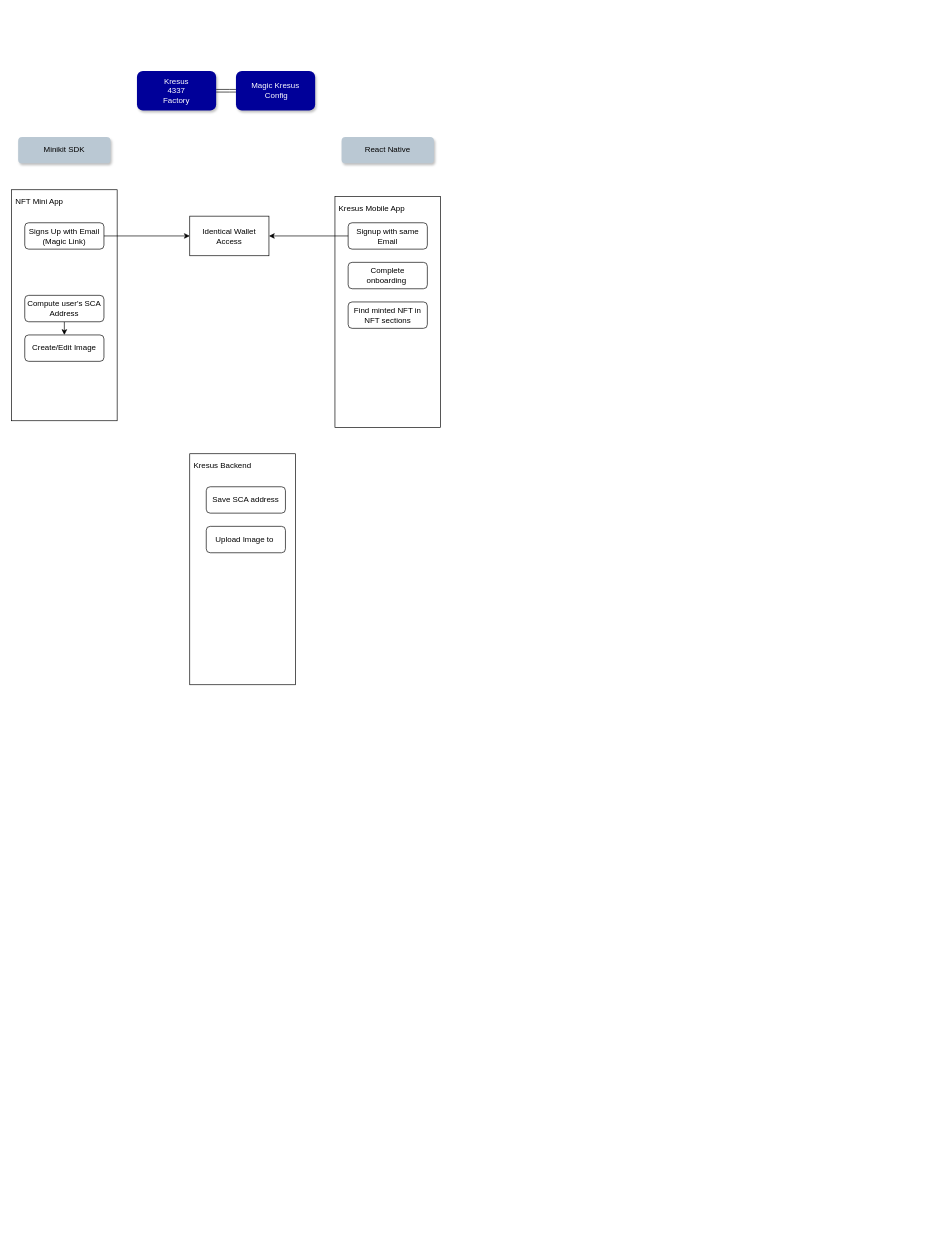
The draw.io diagram Kresus-miniApps.drawio in ali-05-ahmed/Concept-Diagrams, before the edit. Source tidied: cells renumbered, new cells numbered last; positions are measured from the earlier drawing's top-left corner, leaving out a move shared by most shapes. Both pictures are drawn from the tidied source at 66%, with x=0, y=0 at pixel (11, 71).
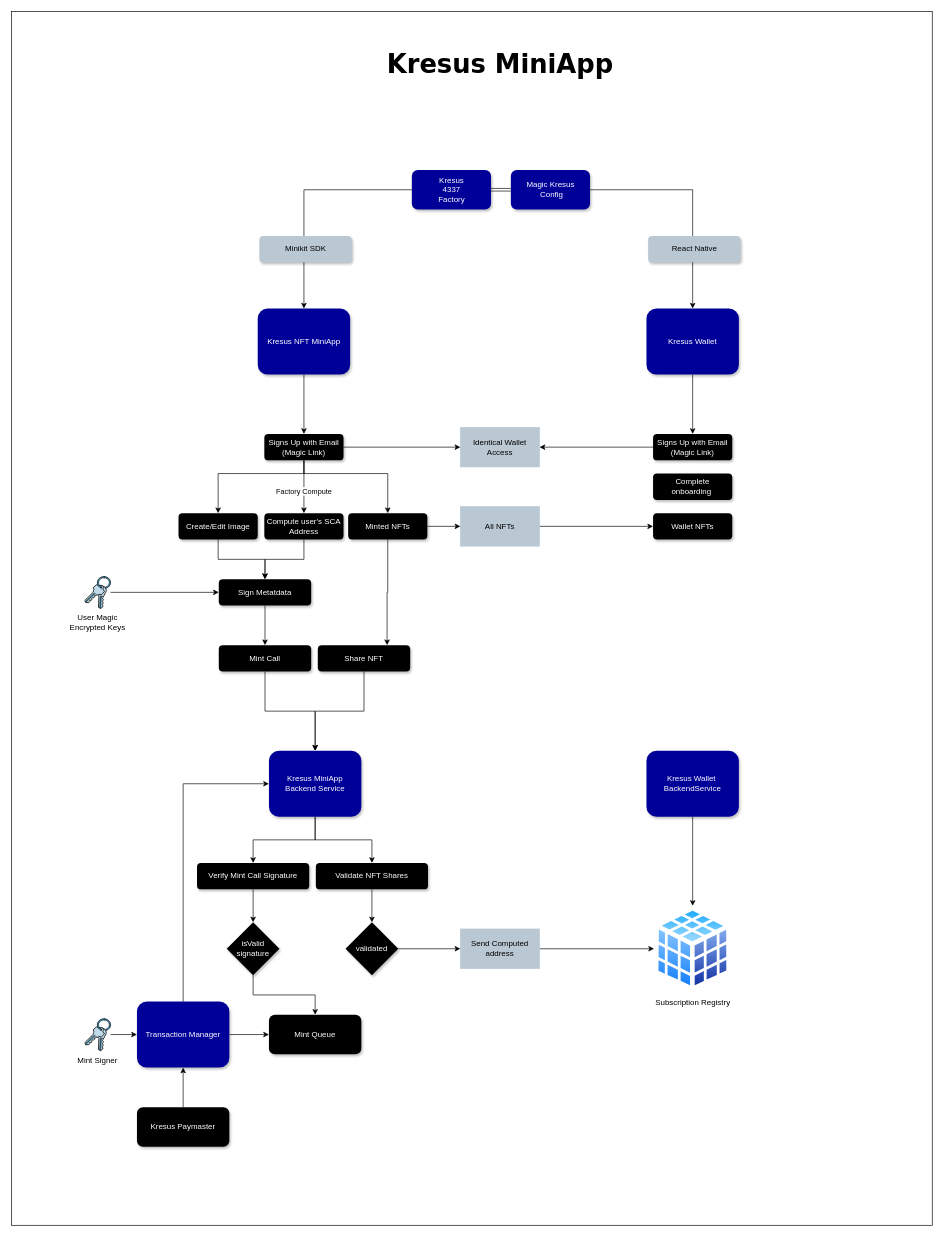
The same page after the edit.

Diff of the diagram source:
```diff
@@
-    <mxCell id="2" value="NFT Mini App" style="rounded=0;whiteSpace=wrap;html=1;align=left;verticalAlign=top;spacing=6;" parent="1" vertex="1">
-      <mxGeometry y="180" width="160" height="350" as="geometry" />
-    </mxCell>
-    <mxCell id="3" value="Kresus Backend" style="rounded=0;whiteSpace=wrap;html=1;align=left;verticalAlign=top;spacing=6;" parent="1" vertex="1">
-      <mxGeometry x="270" y="580" width="160" height="350" as="geometry" />
-    </mxCell>
+    <mxCell id="23" style="rounded=0;whiteSpace=wrap;html=1;" parent="1" vertex="1">
+      <mxGeometry y="-90" width="1395" height="1839" as="geometry" />
+    </mxCell>
@@
+    <mxCell id="24" style="edgeStyle=orthogonalEdgeStyle;rounded=0;jettySize=auto;html=1;" parent="1" edge="1" source="5" target="7">
+      <mxGeometry relative="1" as="geometry" />
+    </mxCell>
+    <mxCell id="25" value="Factory Compute" style="edgeLabel;html=1;align=center;verticalAlign=middle;" parent="24" vertex="1">
+      <mxGeometry x="0.14" y="-1" relative="1" as="geometry" />
+    </mxCell>
+    <mxCell id="26" style="edgeStyle=orthogonalEdgeStyle;rounded=0;jettySize=auto;html=1;" parent="1" edge="1" source="5" target="9">
+      <mxGeometry relative="1" as="geometry">
+        <Array as="points">
+          <mxPoint x="443" y="610" />
+          <mxPoint x="313" y="610" />
+        </Array>
+      </mxGeometry>
+    </mxCell>
+    <mxCell id="27" style="edgeStyle=orthogonalEdgeStyle;rounded=0;jettySize=auto;html=1;" parent="1" edge="1" source="5" target="66">
+      <mxGeometry relative="1" as="geometry">
+        <Array as="points">
+          <mxPoint x="443" y="610" />
+          <mxPoint x="570" y="610" />
+        </Array>
+      </mxGeometry>
+    </mxCell>
-    <mxCell id="5" value="Signs Up with Email&lt;br&gt;(Magic Link)" style="rounded=1;whiteSpace=wrap;html=1;" parent="1" vertex="1">
-      <mxGeometry x="20" y="230" width="120" height="40" as="geometry" />
+    <mxCell id="5" value="Signs Up with Email&lt;br&gt;(Magic Link)" style="rounded=1;whiteSpace=wrap;html=1;fillColor=#000000;fontColor=#FFFFFF;strokeColor=none;shadow=1;" parent="1" vertex="1">
+      <mxGeometry x="383" y="550" width="120" height="40" as="geometry" />
     </mxCell>
-    <mxCell id="6" style="edgeStyle=orthogonalEdgeStyle;rounded=0;jettySize=auto;html=1;exitX=0.5;exitY=1;exitDx=0;exitDy=0;entryX=0.5;entryY=0;entryDx=0;entryDy=0;" parent="1" edge="1" source="7" target="9">
-      <mxGeometry relative="1" as="geometry" />
-    </mxCell>
+    <mxCell id="28" style="edgeStyle=orthogonalEdgeStyle;rounded=0;jettySize=auto;html=1;" parent="1" edge="1" source="7" target="35">
+      <mxGeometry relative="1" as="geometry" />
+    </mxCell>
-    <mxCell id="7" value="Compute user's SCA&lt;br&gt;Address" style="rounded=1;whiteSpace=wrap;html=1;" parent="1" vertex="1">
-      <mxGeometry x="20" y="340" width="120" height="40" as="geometry" />
+    <mxCell id="7" value="Compute user's SCA&lt;br&gt;Address" style="rounded=1;whiteSpace=wrap;html=1;fillColor=#000000;fontColor=#FFFFFF;strokeColor=none;shadow=1;" parent="1" vertex="1">
+      <mxGeometry x="383" y="670" width="120" height="40" as="geometry" />
     </mxCell>
-    <mxCell id="8" value="Save SCA address" style="rounded=1;whiteSpace=wrap;html=1;" parent="1" vertex="1">
-      <mxGeometry x="295" y="630" width="120" height="40" as="geometry" />
-    </mxCell>
+    <mxCell id="29" style="edgeStyle=orthogonalEdgeStyle;rounded=0;jettySize=auto;html=1;" parent="1" edge="1" source="9" target="35">
+      <mxGeometry relative="1" as="geometry" />
+    </mxCell>
-    <mxCell id="9" value="Create/Edit Image" style="rounded=1;whiteSpace=wrap;html=1;" parent="1" vertex="1">
-      <mxGeometry x="20" y="400" width="120" height="40" as="geometry" />
+    <mxCell id="9" value="Create/Edit Image" style="rounded=1;whiteSpace=wrap;html=1;fillColor=#000000;fontColor=#FFFFFF;strokeColor=none;shadow=1;" parent="1" vertex="1">
+      <mxGeometry x="253" y="670" width="120" height="40" as="geometry" />
     </mxCell>
-    <mxCell id="10" value="Upload Image to&amp;nbsp;" style="rounded=1;whiteSpace=wrap;html=1;" parent="1" vertex="1">
-      <mxGeometry x="295" y="690" width="120" height="40" as="geometry" />
-    </mxCell>
-    <mxCell id="11" style="group;" parent="1" vertex="1">
-      <mxGeometry x="490" y="190" width="160" height="350" as="geometry" />
-    </mxCell>
-    <mxCell id="12" value="Kresus Mobile App" style="rounded=0;whiteSpace=wrap;html=1;align=left;verticalAlign=top;spacing=6;" parent="11" vertex="1">
-      <mxGeometry width="160" height="350" as="geometry" />
-    </mxCell>
-    <mxCell id="13" value="Signup with same&lt;br&gt;Email" style="rounded=1;whiteSpace=wrap;html=1;" parent="11" vertex="1">
-      <mxGeometry x="20" y="40" width="120" height="40" as="geometry" />
-    </mxCell>
-    <mxCell id="14" value="Complete onboarding&amp;nbsp;" style="rounded=1;whiteSpace=wrap;html=1;" parent="11" vertex="1">
-      <mxGeometry x="20" y="100" width="120" height="40" as="geometry" />
-    </mxCell>
-    <mxCell id="15" value="Find minted NFT in&lt;br&gt;NFT sections" style="rounded=1;whiteSpace=wrap;html=1;" parent="11" vertex="1">
-      <mxGeometry x="20" y="160" width="120" height="40" as="geometry" />
-    </mxCell>
     <mxCell id="16" style="edgeStyle=orthogonalEdgeStyle;rounded=0;jettySize=auto;html=1;shape=link;" parent="1" edge="1" source="17">
       <mxGeometry relative="1" as="geometry">
-        <mxPoint x="340" y="30" as="targetPoint" />
+        <mxPoint x="756.5" y="180" as="targetPoint" />
       </mxGeometry>
     </mxCell>
+    <mxCell id="30" style="edgeStyle=orthogonalEdgeStyle;rounded=0;jettySize=auto;html=1;" parent="1" edge="1" source="17" target="70">
+      <mxGeometry relative="1" as="geometry" />
+    </mxCell>
     <mxCell id="17" value="&lt;font style=&quot;color: rgb(255, 255, 255);&quot;&gt;Kresus&lt;br&gt;4337&lt;br&gt;Factory&lt;/font&gt;" style="rounded=1;whiteSpace=wrap;html=1;fillColor=light-dark(#000099, #ededed);strokeColor=none;shadow=1;" parent="1" vertex="1">
-      <mxGeometry x="190" width="120" height="60" as="geometry" />
+      <mxGeometry x="606.5" y="150" width="120" height="60" as="geometry" />
     </mxCell>
+    <mxCell id="31" style="edgeStyle=orthogonalEdgeStyle;rounded=0;jettySize=auto;html=1;" parent="1" edge="1" source="18" target="72">
+      <mxGeometry relative="1" as="geometry" />
+    </mxCell>
     <mxCell id="18" value="&lt;font style=&quot;color: rgb(255, 255, 255);&quot;&gt;Magic Kresus&lt;br&gt;&amp;nbsp;Config&lt;/font&gt;" style="rounded=1;whiteSpace=wrap;html=1;fillColor=light-dark(#000099, #ededed);strokeColor=none;shadow=1;" parent="1" vertex="1">
-      <mxGeometry x="340" width="120" height="60" as="geometry" />
+      <mxGeometry x="756.5" y="150" width="120" height="60" as="geometry" />
     </mxCell>
     <mxCell id="19" value="Minikit SDK" style="rounded=1;whiteSpace=wrap;html=1;fillColor=#bac8d3;strokeColor=none;shadow=1;" parent="1" vertex="1">
-      <mxGeometry x="10" y="100" width="140" height="40" as="geometry" />
+      <mxGeometry x="375.5" y="250" width="140" height="40" as="geometry" />
     </mxCell>
     <mxCell id="20" value="React Native" style="rounded=1;whiteSpace=wrap;html=1;fillColor=#bac8d3;strokeColor=none;shadow=1;" parent="1" vertex="1">
-      <mxGeometry x="500" y="100" width="140" height="40" as="geometry" />
+      <mxGeometry x="964.5" y="250" width="140" height="40" as="geometry" />
     </mxCell>
-    <mxCell id="21" value="Identical Wallet Access" style="rounded=0;whiteSpace=wrap;html=1;" parent="1" vertex="1">
-      <mxGeometry x="270" y="220" width="120" height="60" as="geometry" />
+    <mxCell id="21" value="Identical Wallet Access" style="rounded=0;whiteSpace=wrap;html=1;strokeColor=light-dark(#bac8d3, #ededed);fillColor=light-dark(#bac8d3, #ededed);" parent="1" vertex="1">
+      <mxGeometry x="680" y="540" width="120" height="60" as="geometry" />
     </mxCell>
-    <mxCell id="22" style="edgeStyle=orthogonalEdgeStyle;rounded=0;jettySize=auto;html=1;" parent="1" edge="1" source="13" target="21">
-      <mxGeometry relative="1" as="geometry" />
-    </mxCell>
+    <mxCell id="32" style="edgeStyle=orthogonalEdgeStyle;rounded=0;jettySize=auto;html=1;" parent="1" edge="1" source="33" target="40">
+      <mxGeometry relative="1" as="geometry" />
+    </mxCell>
+    <mxCell id="33" value="Mint Call" style="rounded=1;whiteSpace=wrap;html=1;gradientColor=none;fillColor=#000000;fontColor=#FFFFFF;shadow=1;strokeColor=none;" parent="1" vertex="1">
+      <mxGeometry x="314" y="870" width="140" height="40" as="geometry" />
+    </mxCell>
+    <mxCell id="34" style="edgeStyle=orthogonalEdgeStyle;rounded=0;jettySize=auto;html=1;" parent="1" edge="1" source="35" target="33">
+      <mxGeometry relative="1" as="geometry" />
+    </mxCell>
+    <mxCell id="35" value="Sign Metatdata" style="rounded=1;whiteSpace=wrap;html=1;gradientColor=none;fillColor=#000000;fontColor=#FFFFFF;shadow=1;strokeColor=none;" parent="1" vertex="1">
+      <mxGeometry x="314" y="770" width="140" height="40" as="geometry" />
+    </mxCell>
+    <mxCell id="36" style="edgeStyle=orthogonalEdgeStyle;rounded=0;jettySize=auto;html=1;" parent="1" edge="1" source="37" target="35">
+      <mxGeometry relative="1" as="geometry" />
+    </mxCell>
+    <mxCell id="37" value="User Magic&lt;div&gt;Encrypted Keys&lt;/div&gt;" style="shape=mxgraph.cisco.misc.keys;html=1;dashed=0;fillColor=#036897;strokeColor=#ffffff;strokeWidth=2;verticalLabelPosition=bottom;verticalAlign=top;align=center;outlineConnect=0;" parent="1" vertex="1">
+      <mxGeometry x="110" y="765.5" width="40" height="49" as="geometry" />
+    </mxCell>
+    <mxCell id="38" style="edgeStyle=orthogonalEdgeStyle;rounded=0;jettySize=auto;html=1;" parent="1" edge="1" source="40" target="42">
+      <mxGeometry relative="1" as="geometry" />
+    </mxCell>
+    <mxCell id="39" style="edgeStyle=orthogonalEdgeStyle;rounded=0;jettySize=auto;html=1;entryX=0.5;entryY=0;entryDx=0;entryDy=0;" parent="1" edge="1" source="40" target="56">
+      <mxGeometry relative="1" as="geometry" />
+    </mxCell>
+    <mxCell id="40" value="Kresus MiniApp&lt;br&gt;Backend Service" style="rounded=1;whiteSpace=wrap;html=1;fillColor=#000099;strokeColor=none;labelBorderColor=none;fontColor=#FFFFFF;shadow=1;" parent="1" vertex="1">
+      <mxGeometry x="390" y="1030" width="140" height="100" as="geometry" />
+    </mxCell>
+    <mxCell id="41" style="edgeStyle=orthogonalEdgeStyle;rounded=0;jettySize=auto;html=1;" parent="1" edge="1" source="42" target="44">
+      <mxGeometry relative="1" as="geometry" />
+    </mxCell>
+    <mxCell id="42" value="Verify Mint Call Signature" style="rounded=1;whiteSpace=wrap;html=1;gradientColor=none;fillColor=#000000;fontColor=#FFFFFF;shadow=1;strokeColor=none;" parent="1" vertex="1">
+      <mxGeometry x="281" y="1200" width="170" height="40" as="geometry" />
+    </mxCell>
+    <mxCell id="43" style="edgeStyle=orthogonalEdgeStyle;rounded=0;jettySize=auto;html=1;" parent="1" edge="1" source="44" target="52">
+      <mxGeometry relative="1" as="geometry" />
+    </mxCell>
+    <mxCell id="44" value="isValid&lt;br&gt;signature" style="rhombus;whiteSpace=wrap;html=1;gradientColor=none;fillColor=#000000;fontColor=#FFFFFF;shadow=1;strokeColor=none;" parent="1" vertex="1">
+      <mxGeometry x="326" y="1290" width="80" height="80" as="geometry" />
+    </mxCell>
+    <mxCell id="45" style="edgeStyle=orthogonalEdgeStyle;rounded=0;jettySize=auto;html=1;" parent="1" edge="1" source="47" target="52">
+      <mxGeometry relative="1" as="geometry" />
+    </mxCell>
+    <mxCell id="46" style="edgeStyle=orthogonalEdgeStyle;rounded=0;jettySize=auto;html=1;entryX=0;entryY=0.5;entryDx=0;entryDy=0;" parent="1" edge="1" source="47" target="40">
+      <mxGeometry relative="1" as="geometry">
+        <Array as="points">
+          <mxPoint x="260" y="1080" />
+        </Array>
+      </mxGeometry>
+    </mxCell>
+    <mxCell id="47" value="Transaction Manager" style="rounded=1;whiteSpace=wrap;html=1;fillColor=#000099;strokeColor=none;labelBorderColor=none;fontColor=#FFFFFF;shadow=1;" parent="1" vertex="1">
+      <mxGeometry x="190" y="1410" width="140" height="100" as="geometry" />
+    </mxCell>
+    <mxCell id="48" style="edgeStyle=orthogonalEdgeStyle;rounded=0;jettySize=auto;html=1;" parent="1" edge="1" source="49" target="47">
+      <mxGeometry relative="1" as="geometry" />
+    </mxCell>
+    <mxCell id="49" value="Mint Signer" style="shape=mxgraph.cisco.misc.keys;html=1;dashed=0;fillColor=#036897;strokeColor=#ffffff;strokeWidth=2;verticalLabelPosition=bottom;verticalAlign=top;align=center;outlineConnect=0;" parent="1" vertex="1">
+      <mxGeometry x="110" y="1435.5" width="40" height="49" as="geometry" />
+    </mxCell>
+    <mxCell id="50" style="edgeStyle=orthogonalEdgeStyle;rounded=0;jettySize=auto;html=1;" parent="1" edge="1" source="51" target="47">
+      <mxGeometry relative="1" as="geometry" />
+    </mxCell>
+    <mxCell id="51" value="Kresus Paymaster" style="rounded=1;whiteSpace=wrap;html=1;fillColor=#000000;fontColor=#FFFFFF;shadow=1;strokeColor=none;" parent="1" vertex="1">
+      <mxGeometry x="190" y="1570" width="140" height="60" as="geometry" />
+    </mxCell>
+    <mxCell id="52" value="Mint Queue" style="rounded=1;whiteSpace=wrap;html=1;fillColor=#000000;fontColor=#FFFFFF;shadow=1;strokeColor=none;" parent="1" vertex="1">
+      <mxGeometry x="390" y="1430" width="140" height="60" as="geometry" />
+    </mxCell>
+    <mxCell id="53" style="edgeStyle=orthogonalEdgeStyle;rounded=0;jettySize=auto;html=1;" parent="1" edge="1" source="54" target="40">
+      <mxGeometry relative="1" as="geometry" />
+    </mxCell>
+    <mxCell id="54" value="Share NFT" style="rounded=1;whiteSpace=wrap;html=1;gradientColor=none;fillColor=#000000;fontColor=#FFFFFF;shadow=1;strokeColor=none;" parent="1" vertex="1">
+      <mxGeometry x="464" y="870" width="140" height="40" as="geometry" />
+    </mxCell>
+    <mxCell id="55" style="edgeStyle=orthogonalEdgeStyle;rounded=0;jettySize=auto;html=1;" parent="1" edge="1" source="56" target="58">
+      <mxGeometry relative="1" as="geometry" />
+    </mxCell>
+    <mxCell id="56" value="Validate NFT Shares" style="rounded=1;whiteSpace=wrap;html=1;gradientColor=none;fillColor=#000000;fontColor=#FFFFFF;shadow=1;strokeColor=none;" parent="1" vertex="1">
+      <mxGeometry x="461" y="1200" width="170" height="40" as="geometry" />
+    </mxCell>
+    <mxCell id="57" style="edgeStyle=orthogonalEdgeStyle;rounded=0;jettySize=auto;html=1;" parent="1" edge="1" source="58" target="60">
+      <mxGeometry relative="1" as="geometry" />
+    </mxCell>
+    <mxCell id="58" value="validated" style="rhombus;whiteSpace=wrap;html=1;gradientColor=none;fillColor=#000000;fontColor=#FFFFFF;shadow=1;strokeColor=none;" parent="1" vertex="1">
+      <mxGeometry x="506" y="1290" width="80" height="80" as="geometry" />
+    </mxCell>
+    <mxCell id="59" style="edgeStyle=orthogonalEdgeStyle;rounded=0;jettySize=auto;html=1;entryX=0;entryY=0.5;entryDx=0;entryDy=0;" parent="1" edge="1" source="60" target="63">
+      <mxGeometry relative="1" as="geometry" />
+    </mxCell>
+    <mxCell id="60" value="Send Computed address" style="rounded=0;whiteSpace=wrap;html=1;strokeColor=light-dark(#bac8d3, #ededed);fillColor=light-dark(#bac8d3, #ededed);" parent="1" vertex="1">
+      <mxGeometry x="680" y="1300" width="120" height="60" as="geometry" />
+    </mxCell>
+    <mxCell id="61" style="edgeStyle=orthogonalEdgeStyle;rounded=0;jettySize=auto;html=1;" parent="1" edge="1" source="62" target="63">
+      <mxGeometry relative="1" as="geometry" />
+    </mxCell>
+    <mxCell id="62" value="Kresus Wallet&amp;nbsp;&lt;div&gt;Backend&lt;span style=&quot;background-color: transparent; color: light-dark(rgb(255, 255, 255), rgb(18, 18, 18));&quot;&gt;Service&lt;/span&gt;&lt;/div&gt;" style="rounded=1;whiteSpace=wrap;html=1;fillColor=#000099;strokeColor=none;labelBorderColor=none;fontColor=#FFFFFF;shadow=1;" parent="1" vertex="1">
+      <mxGeometry x="962" y="1030" width="140" height="100" as="geometry" />
+    </mxCell>
+    <mxCell id="63" value="Subscription Registry" style="image;perimeter=ellipsePerimeter;html=1;align=center;shadow=0;dashed=0;spacingTop=3;image=img/lib/active_directory/database_cube.svg;" parent="1" vertex="1">
+      <mxGeometry x="973.5" y="1265" width="117" height="130" as="geometry" />
+    </mxCell>
+    <mxCell id="64" style="edgeStyle=orthogonalEdgeStyle;rounded=0;jettySize=auto;html=1;entryX=0.75;entryY=0;entryDx=0;entryDy=0;" parent="1" edge="1" source="66" target="54">
+      <mxGeometry relative="1" as="geometry">
+        <Array as="points">
+          <mxPoint x="570" y="790" />
+          <mxPoint x="569" y="790" />
+        </Array>
+      </mxGeometry>
+    </mxCell>
+    <mxCell id="65" style="edgeStyle=orthogonalEdgeStyle;rounded=0;jettySize=auto;html=1;" parent="1" edge="1" source="66" target="74">
+      <mxGeometry relative="1" as="geometry" />
+    </mxCell>
+    <mxCell id="66" value="Minted NFTs" style="rounded=1;whiteSpace=wrap;html=1;fillColor=#000000;fontColor=#FFFFFF;strokeColor=none;shadow=1;" parent="1" vertex="1">
+      <mxGeometry x="510" y="670" width="120" height="40" as="geometry" />
+    </mxCell>
+    <mxCell id="14" value="Complete onboarding&amp;nbsp;" style="rounded=1;whiteSpace=wrap;html=1;fillColor=#000000;strokeColor=none;shadow=1;fontColor=#FFFFFF;" parent="1" vertex="1">
+      <mxGeometry x="972" y="610" width="120" height="40" as="geometry" />
+    </mxCell>
+    <mxCell id="15" value="Wallet NFTs" style="rounded=1;whiteSpace=wrap;html=1;fillColor=#000000;strokeColor=none;shadow=1;fontColor=#FFFFFF;" parent="1" vertex="1">
+      <mxGeometry x="972" y="670" width="120" height="40" as="geometry" />
+    </mxCell>
+    <mxCell id="67" style="edgeStyle=orthogonalEdgeStyle;rounded=0;jettySize=auto;html=1;" parent="1" edge="1" source="68" target="21">
+      <mxGeometry relative="1" as="geometry" />
+    </mxCell>
+    <mxCell id="68" value="Signs Up with Email&lt;br&gt;(Magic Link)" style="rounded=1;whiteSpace=wrap;html=1;fillColor=#000000;fontColor=#FFFFFF;strokeColor=none;shadow=1;" parent="1" vertex="1">
+      <mxGeometry x="972" y="550" width="120" height="40" as="geometry" />
+    </mxCell>
+    <mxCell id="69" style="edgeStyle=orthogonalEdgeStyle;rounded=0;jettySize=auto;html=1;" parent="1" edge="1" source="70" target="5">
+      <mxGeometry relative="1" as="geometry" />
+    </mxCell>
+    <mxCell id="70" value="Kresus NFT MiniApp" style="rounded=1;whiteSpace=wrap;html=1;fillColor=#000099;strokeColor=none;labelBorderColor=none;fontColor=#FFFFFF;shadow=1;" parent="1" vertex="1">
+      <mxGeometry x="373" y="360" width="140" height="100" as="geometry" />
+    </mxCell>
+    <mxCell id="71" style="edgeStyle=orthogonalEdgeStyle;rounded=0;jettySize=auto;html=1;" parent="1" edge="1" source="72" target="68">
+      <mxGeometry relative="1" as="geometry" />
+    </mxCell>
+    <mxCell id="72" value="Kresus Wallet" style="rounded=1;whiteSpace=wrap;html=1;fillColor=#000099;strokeColor=none;labelBorderColor=none;fontColor=#FFFFFF;shadow=1;" parent="1" vertex="1">
+      <mxGeometry x="962" y="360" width="140" height="100" as="geometry" />
+    </mxCell>
+    <mxCell id="73" style="edgeStyle=orthogonalEdgeStyle;rounded=0;jettySize=auto;html=1;entryX=0;entryY=0.5;entryDx=0;entryDy=0;" parent="1" edge="1" source="74" target="15">
+      <mxGeometry relative="1" as="geometry" />
+    </mxCell>
+    <mxCell id="74" value="All NFTs" style="rounded=0;whiteSpace=wrap;html=1;strokeColor=light-dark(#bac8d3, #ededed);fillColor=light-dark(#bac8d3, #ededed);" parent="1" vertex="1">
+      <mxGeometry x="680" y="660" width="120" height="60" as="geometry" />
+    </mxCell>
+    <mxCell id="75" value="&lt;h1 style=&quot;margin-top: 0px;&quot;&gt;&lt;font style=&quot;font-size: 39px;&quot;&gt;Kresus MiniApp&lt;/font&gt;&lt;/h1&gt;" style="text;html=1;whiteSpace=wrap;overflow=hidden;rounded=0;shadow=1;glass=0;fontFamily=Verdana;" parent="1" vertex="1">
+      <mxGeometry x="567" y="-40" width="346" height="70" as="geometry" />
+    </mxCell>
```
